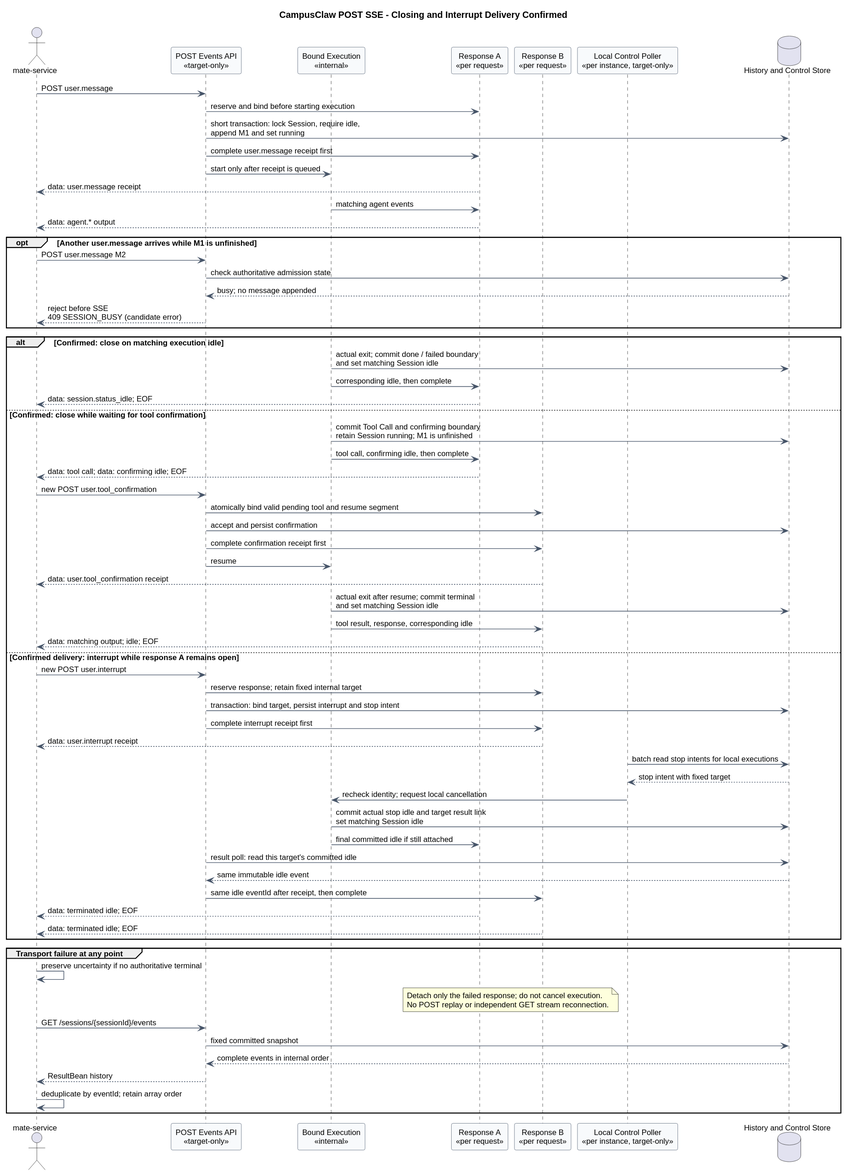
This is 01-总体架构/01-CampusClaw多Agent运行时/设计图/事件接口重设计/target_session_live_stream_lifecycle.svg from ssm0808/pi-mono-java-design, a PlantUML export, as it was before one commit.
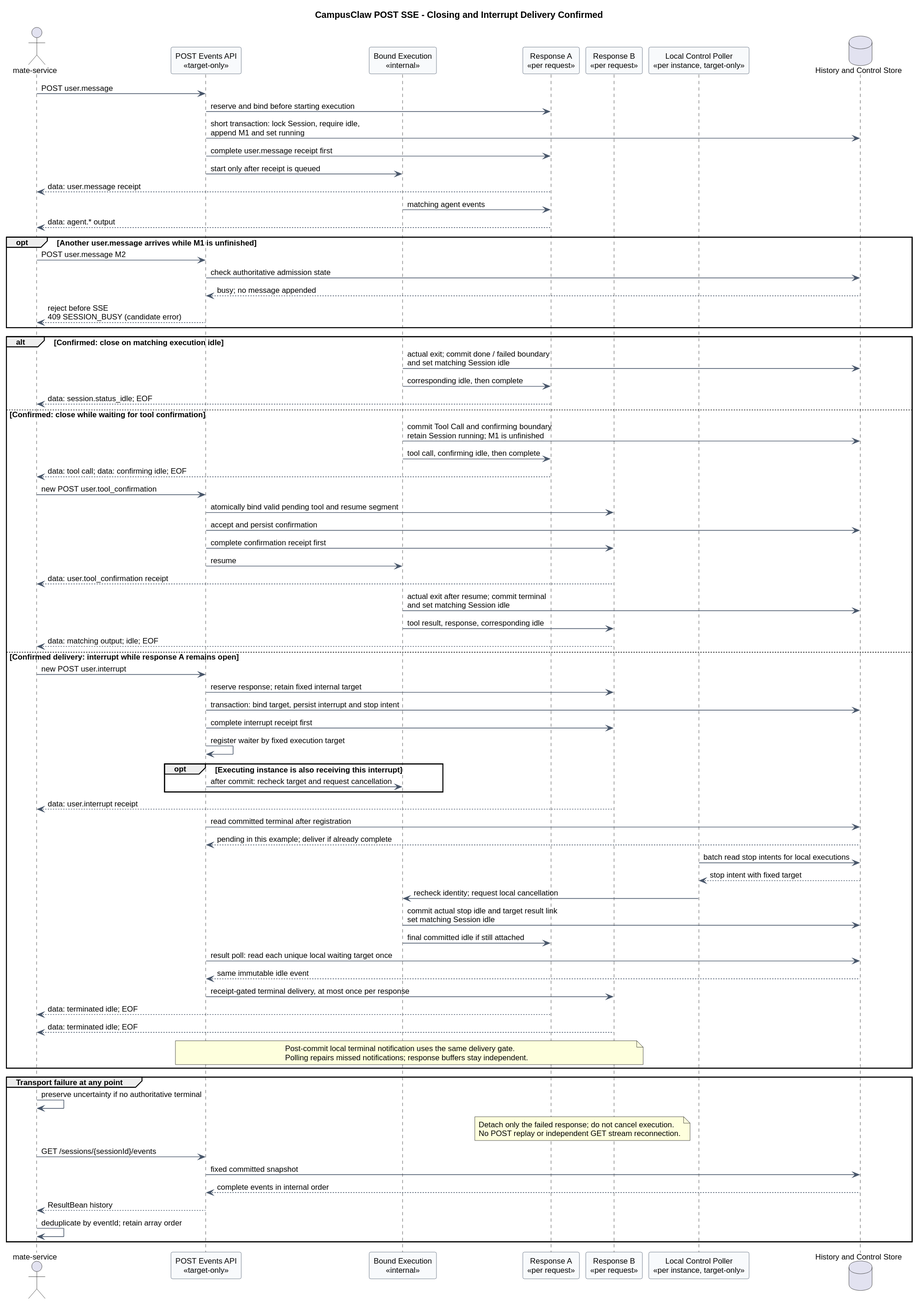
The same diagram one commit later.

The edit, as a diff of the source:
```diff
@@ -55,17 +55,27 @@
   API -> B : reserve response; retain fixed internal target
   API -> Store : transaction: bind target, persist interrupt and stop intent
   API -> B : complete interrupt receipt first
+  API -> API : register waiter by fixed execution target
+  opt Executing instance is also receiving this interrupt
+    API -> Execution : after commit: recheck target and request cancellation
+  end
   B --> Client : data: user.interrupt receipt
+  API -> Store : read committed terminal after registration
+  Store --> API : pending in this example; deliver if already complete
   Poller -> Store : batch read stop intents for local executions
   Store --> Poller : stop intent with fixed target
   Poller -> Execution : recheck identity; request local cancellation
   Execution -> Store : commit actual stop idle and target result link\nset matching Session idle
   Execution -> A : final committed idle if still attached
-  API -> Store : result poll: read this target's committed idle
+  API -> Store : result poll: read each unique local waiting target once
   Store --> API : same immutable idle event
-  API -> B : same idle eventId after receipt, then complete
+  API -> B : receipt-gated terminal delivery, at most once per response
   A --> Client : data: terminated idle; EOF
   B --> Client : data: terminated idle; EOF
+  note over API,B
+  Post-commit local terminal notification uses the same delivery gate.
+  Polling repairs missed notifications; response buffers stay independent.
+  end note
 end
 
 group Transport failure at any point
```
